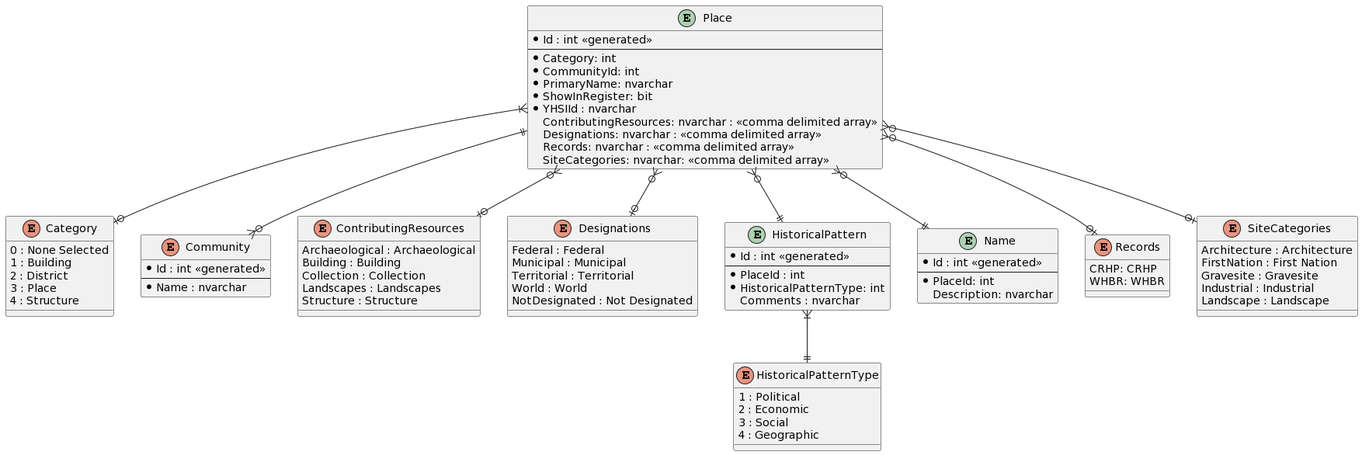
This is Design/change-tracking-and-approvals-data-modeling.png from ytgov/yhsi, a PlantUML export, as it was before one commit.
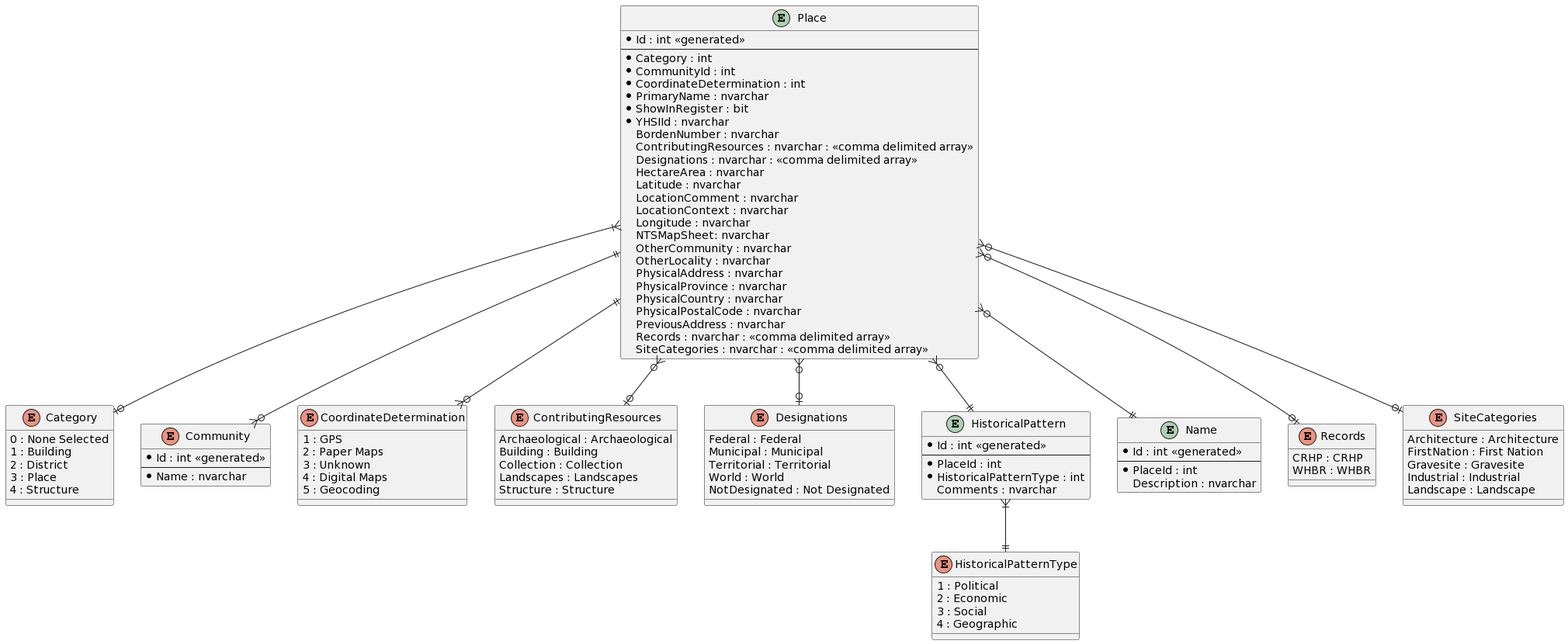
Above is the later version.

Commit message:
:sparkles: Add all data modeling info for Location form.

What changed in the source:
```diff
@@ -2,15 +2,30 @@
 entity "Place" as place {
   * Id : int <<generated>>
   --
-  * Category: int
-  * CommunityId: int
-  * PrimaryName: nvarchar
-  * ShowInRegister: bit
+  * Category : int
+  * CommunityId : int
+  * CoordinateDetermination : int
+  * PrimaryName : nvarchar
+  * ShowInRegister : bit
   * YHSIId : nvarchar
-  ContributingResources: nvarchar : <<comma delimited array>>
-  Designations: nvarchar : <<comma delimited array>>
-  Records: nvarchar : <<comma delimited array>>
-  SiteCategories: nvarchar: <<comma delimited array>>
+  BordenNumber : nvarchar
+  ContributingResources : nvarchar : <<comma delimited array>>
+  Designations : nvarchar : <<comma delimited array>>
+  HectareArea : nvarchar
+  Latitude : nvarchar
+  LocationComment : nvarchar
+  LocationContext : nvarchar
+  Longitude : nvarchar
+  NTSMapSheet: nvarchar
+  OtherCommunity : nvarchar
+  OtherLocality : nvarchar
+  PhysicalAddress : nvarchar
+  PhysicalProvince : nvarchar
+  PhysicalCountry : nvarchar
+  PhysicalPostalCode : nvarchar
+  PreviousAddress : nvarchar
+  Records : nvarchar : <<comma delimited array>>
+  SiteCategories : nvarchar : <<comma delimited array>>
 }
 
 enum "Category" as category {
@@ -25,6 +40,14 @@
   * Id : int <<generated>>
   --
   * Name : nvarchar
+}
+
+enum "CoordinateDetermination" as coordinate_determination {
+  1 : GPS
+  2 : Paper Maps
+  3 : Unknown
+  4 : Digital Maps
+  5 : Geocoding
 }
 
 enum "ContributingResources" as contributing_resources {
@@ -47,7 +70,7 @@
   * Id : int <<generated>>
   --
   * PlaceId : int
-  * HistoricalPatternType: int
+  * HistoricalPatternType : int
   Comments : nvarchar
 }
 
@@ -61,13 +84,13 @@
 entity "Name" as name {
   * Id : int <<generated>>
   --
-  * PlaceId: int
-  Description: nvarchar
+  * PlaceId : int
+  Description : nvarchar
 }
 
 enum "Records" as records {
-  CRHP: CRHP
-  WHBR: WHBR
+  CRHP : CRHP
+  WHBR : WHBR
 }
 
 enum "SiteCategories" as site_categories {
@@ -81,6 +104,7 @@
 place }|--o| category
 place ||--o{ community
 place }o--o| contributing_resources
+place ||--o{ coordinate_determination
 place }o--o| designations
 place }o--|| historical_pattern
 place }o--|| name
```
